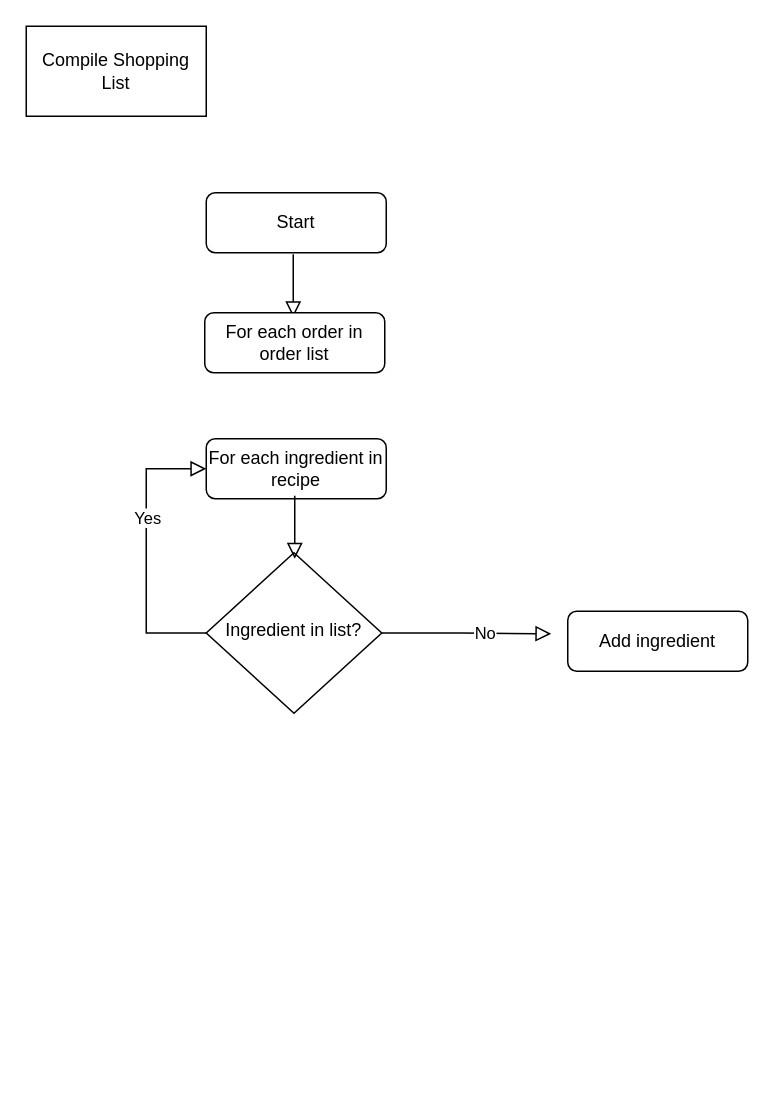
Before: page "CompileShoppingList" (3 of 7) of Test.drawio in evelynfoy/first, a draw.io diagram. Source tidied: cells renumbered, new cells numbered last; positions are measured from the earlier drawing's top-left corner, leaving out a move shared by most shapes. Both pictures are drawn from the tidied source at 150%, with x=0, y=0 at pixel (26, 26).
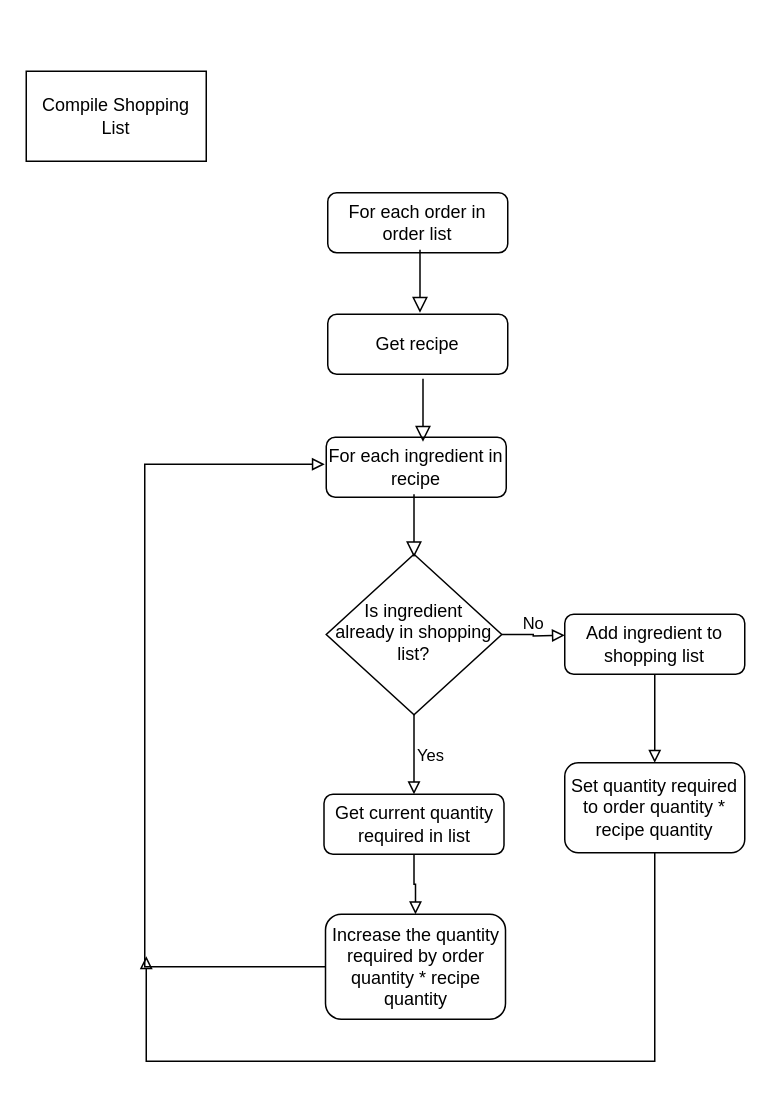
The same diagram, later.

Diff of the diagram source:
```diff
@@
-    <mxCell id="2" value="Start&lt;br&gt;" style="rounded=1;whiteSpace=wrap;html=1;fontSize=12;glass=0;strokeWidth=1;shadow=0;" parent="1" vertex="1">
-      <mxGeometry x="120" y="111" width="120" height="40" as="geometry" />
-    </mxCell>
+    <mxCell id="12" value="No&lt;br&gt;" style="edgeStyle=orthogonalEdgeStyle;rounded=0;jettySize=auto;html=1;exitX=1;exitY=0.5;exitDx=0;exitDy=0;labelBackgroundColor=none;fontColor=#000000;strokeColor=default;endArrow=block;endFill=0;labelPosition=center;verticalLabelPosition=top;align=center;verticalAlign=bottom;" parent="1" edge="1" source="3">
+      <mxGeometry relative="1" as="geometry">
+        <mxPoint x="359" y="406" as="targetPoint" />
+      </mxGeometry>
+    </mxCell>
+    <mxCell id="7" value="Yes&lt;br&gt;" style="edgeStyle=orthogonalEdgeStyle;rounded=0;jettySize=auto;html=1;exitX=0.5;exitY=1;exitDx=0;exitDy=0;entryX=0.5;entryY=0;entryDx=0;entryDy=0;labelBackgroundColor=none;fontColor=#000000;endArrow=block;endFill=0;strokeColor=default;labelPosition=right;verticalLabelPosition=middle;align=left;verticalAlign=middle;" parent="1" edge="1" source="3" target="19">
+      <mxGeometry relative="1" as="geometry" />
+    </mxCell>
-    <mxCell id="3" value="Ingredient in list?&lt;br&gt;" style="rhombus;whiteSpace=wrap;html=1;shadow=0;fontFamily=Helvetica;fontSize=12;align=center;strokeWidth=1;spacing=6;spacingTop=-4;" parent="1" vertex="1">
-      <mxGeometry x="120" y="351" width="117" height="107" as="geometry" />
+    <mxCell id="3" value="Is ingredient already in shopping list?" style="rhombus;whiteSpace=wrap;html=1;shadow=0;fontFamily=Helvetica;fontSize=12;align=center;strokeWidth=1;spacing=6;spacingTop=-4;" parent="1" vertex="1">
+      <mxGeometry x="200" y="352" width="117" height="107" as="geometry" />
     </mxCell>
     <mxCell id="4" value="For each ingredient in recipe&lt;br&gt;" style="rounded=1;whiteSpace=wrap;html=1;fontSize=12;glass=0;strokeWidth=1;shadow=0;" parent="1" vertex="1">
-      <mxGeometry x="120" y="275" width="120" height="40" as="geometry" />
+      <mxGeometry x="200" y="274" width="120" height="40" as="geometry" />
     </mxCell>
     <mxCell id="5" style="rounded=0;html=1;jettySize=auto;orthogonalLoop=1;fontSize=11;endArrow=block;endFill=0;endSize=8;strokeWidth=1;shadow=0;labelBackgroundColor=none;edgeStyle=orthogonalEdgeStyle;entryX=0.5;entryY=0;entryDx=0;entryDy=0;" parent="1" edge="1">
       <mxGeometry relative="1" as="geometry">
-        <mxPoint x="179" y="313" as="sourcePoint" />
-        <mxPoint x="179" y="355" as="targetPoint" />
+        <mxPoint x="258.5" y="312" as="sourcePoint" />
+        <mxPoint x="258.5" y="354" as="targetPoint" />
         <Array as="points">
-          <mxPoint x="179" y="333" />
-          <mxPoint x="179" y="333" />
+          <mxPoint x="258.5" y="332" />
+          <mxPoint x="258.5" y="332" />
         </Array>
       </mxGeometry>
     </mxCell>
-    <mxCell id="6" style="rounded=0;html=1;jettySize=auto;fontSize=11;endArrow=block;endFill=0;endSize=8;strokeWidth=1;shadow=0;labelBackgroundColor=none;edgeStyle=orthogonalEdgeStyle;exitX=0;exitY=0.5;exitDx=0;exitDy=0;labelPosition=right;verticalLabelPosition=middle;align=left;verticalAlign=middle;entryX=0;entryY=0.5;entryDx=0;entryDy=0;" parent="1" edge="1" source="3" target="4">
-      <mxGeometry relative="1" as="geometry">
-        <Array as="points">
-          <mxPoint x="80" y="405" />
-          <mxPoint x="80" y="295" />
-        </Array>
-      </mxGeometry>
-    </mxCell>
-    <mxCell id="7" value="Yes&lt;br&gt;" style="edgeLabel;html=1;align=center;verticalAlign=middle;fontColor=#000000;" parent="6" vertex="1">
-      <mxGeometry x="0.23" relative="1" as="geometry" />
-    </mxCell>
-    <mxCell id="8" style="rounded=0;html=1;jettySize=auto;orthogonalLoop=1;fontSize=11;endArrow=block;endFill=0;endSize=8;strokeWidth=1;shadow=0;labelBackgroundColor=none;edgeStyle=orthogonalEdgeStyle;entryX=0.5;entryY=0;entryDx=0;entryDy=0;" parent="1" edge="1">
-      <mxGeometry relative="1" as="geometry">
-        <mxPoint x="178" y="152" as="sourcePoint" />
-        <mxPoint x="178" y="194" as="targetPoint" />
-        <Array as="points">
-          <mxPoint x="178" y="172" />
-          <mxPoint x="178" y="172" />
-        </Array>
-      </mxGeometry>
-    </mxCell>
     <mxCell id="9" value="Compile Shopping List&lt;br&gt;" style="whiteSpace=wrap;html=1;fontColor=#000000;" parent="1" vertex="1">
-      <mxGeometry width="120" height="60" as="geometry" />
+      <mxGeometry y="30" width="120" height="60" as="geometry" />
     </mxCell>
     <mxCell id="10" value="For each order in order list&lt;br&gt;" style="rounded=1;whiteSpace=wrap;html=1;fontSize=12;glass=0;strokeWidth=1;shadow=0;" parent="1" vertex="1">
-      <mxGeometry x="119" y="191" width="120" height="40" as="geometry" />
+      <mxGeometry x="201" y="111" width="120" height="40" as="geometry" />
     </mxCell>
-    <mxCell id="11" style="rounded=0;html=1;jettySize=auto;fontSize=11;endArrow=block;endFill=0;endSize=8;strokeWidth=1;shadow=0;labelBackgroundColor=none;edgeStyle=orthogonalEdgeStyle;exitX=1;exitY=0.5;exitDx=0;exitDy=0;labelPosition=right;verticalLabelPosition=middle;align=left;verticalAlign=middle;" parent="1" edge="1" source="3">
-      <mxGeometry relative="1" as="geometry">
-        <mxPoint x="350" y="405" as="targetPoint" />
-        <Array as="points">
-          <mxPoint x="290" y="405" />
-          <mxPoint x="290" y="405" />
-        </Array>
-      </mxGeometry>
-    </mxCell>
-    <mxCell id="12" value="No&lt;br&gt;" style="edgeLabel;html=1;align=center;verticalAlign=middle;fontColor=#000000;" parent="11" vertex="1">
-      <mxGeometry x="0.23" relative="1" as="geometry" />
-    </mxCell>
+    <mxCell id="14" style="edgeStyle=orthogonalEdgeStyle;rounded=0;jettySize=auto;html=1;entryX=0.5;entryY=0;entryDx=0;entryDy=0;labelBackgroundColor=none;fontColor=#000000;endArrow=block;endFill=0;strokeColor=default;" parent="1" edge="1" source="13" target="23">
+      <mxGeometry relative="1" as="geometry" />
+    </mxCell>
-    <mxCell id="13" value="Add ingredient" style="rounded=1;whiteSpace=wrap;html=1;fontSize=12;glass=0;strokeWidth=1;shadow=0;" parent="1" vertex="1">
-      <mxGeometry x="361" y="390" width="120" height="40" as="geometry" />
+    <mxCell id="13" value="Add ingredient to shopping list" style="rounded=1;whiteSpace=wrap;html=1;fontSize=12;glass=0;strokeWidth=1;shadow=0;" parent="1" vertex="1">
+      <mxGeometry x="359" y="392" width="120" height="40" as="geometry" />
     </mxCell>
+    <mxCell id="15" style="rounded=0;html=1;jettySize=auto;orthogonalLoop=1;fontSize=11;endArrow=block;endFill=0;endSize=8;strokeWidth=1;shadow=0;labelBackgroundColor=none;edgeStyle=orthogonalEdgeStyle;entryX=0.5;entryY=0;entryDx=0;entryDy=0;" parent="1" edge="1">
+      <mxGeometry relative="1" as="geometry">
+        <mxPoint x="262.5" y="149" as="sourcePoint" />
+        <mxPoint x="262.5" y="191" as="targetPoint" />
+        <Array as="points">
+          <mxPoint x="262.5" y="169" />
+          <mxPoint x="262.5" y="169" />
+        </Array>
+      </mxGeometry>
+    </mxCell>
+    <mxCell id="16" value="Get recipe" style="rounded=1;whiteSpace=wrap;html=1;fontSize=12;glass=0;strokeWidth=1;shadow=0;" parent="1" vertex="1">
+      <mxGeometry x="201" y="192" width="120" height="40" as="geometry" />
+    </mxCell>
+    <mxCell id="17" style="rounded=0;html=1;jettySize=auto;orthogonalLoop=1;fontSize=11;endArrow=block;endFill=0;endSize=8;strokeWidth=1;shadow=0;labelBackgroundColor=none;edgeStyle=orthogonalEdgeStyle;entryX=0.5;entryY=0;entryDx=0;entryDy=0;" parent="1" edge="1">
+      <mxGeometry relative="1" as="geometry">
+        <mxPoint x="264.5" y="235" as="sourcePoint" />
+        <mxPoint x="264.5" y="277" as="targetPoint" />
+        <Array as="points">
+          <mxPoint x="264.5" y="255" />
+          <mxPoint x="264.5" y="255" />
+        </Array>
+      </mxGeometry>
+    </mxCell>
+    <mxCell id="18" style="edgeStyle=orthogonalEdgeStyle;rounded=0;jettySize=auto;html=1;entryX=0.5;entryY=0;entryDx=0;entryDy=0;labelBackgroundColor=none;fontColor=#000000;endArrow=block;endFill=0;strokeColor=default;" parent="1" edge="1" source="19" target="21">
+      <mxGeometry relative="1" as="geometry" />
+    </mxCell>
+    <mxCell id="19" value="Get current quantity required in list" style="rounded=1;whiteSpace=wrap;html=1;fontSize=12;glass=0;strokeWidth=1;shadow=0;" parent="1" vertex="1">
+      <mxGeometry x="198.5" y="512" width="120" height="40" as="geometry" />
+    </mxCell>
+    <mxCell id="20" style="edgeStyle=orthogonalEdgeStyle;rounded=0;jettySize=auto;html=1;labelBackgroundColor=none;fontColor=#000000;endArrow=block;endFill=0;strokeColor=default;" parent="1" edge="1" source="21">
+      <mxGeometry relative="1" as="geometry">
+        <mxPoint x="199" y="292" as="targetPoint" />
+        <Array as="points">
+          <mxPoint x="79" y="627" />
+          <mxPoint x="79" y="292" />
+        </Array>
+      </mxGeometry>
+    </mxCell>
+    <mxCell id="21" value="Increase the quantity required by order quantity * recipe quantity&lt;br&gt;" style="rounded=1;whiteSpace=wrap;html=1;fontSize=12;glass=0;strokeWidth=1;shadow=0;" parent="1" vertex="1">
+      <mxGeometry x="199.5" y="592" width="120" height="70" as="geometry" />
+    </mxCell>
+    <mxCell id="22" style="edgeStyle=orthogonalEdgeStyle;rounded=0;jettySize=auto;html=1;exitX=0.5;exitY=1;exitDx=0;exitDy=0;labelBackgroundColor=none;fontColor=#000000;endArrow=block;endFill=0;strokeColor=default;" parent="1" edge="1" source="23">
+      <mxGeometry relative="1" as="geometry">
+        <mxPoint x="80" y="620" as="targetPoint" />
+        <Array as="points">
+          <mxPoint x="419" y="690" />
+          <mxPoint x="80" y="690" />
+        </Array>
+      </mxGeometry>
+    </mxCell>
+    <mxCell id="23" value="Set quantity required to order quantity * recipe quantity&lt;br&gt;" style="rounded=1;whiteSpace=wrap;html=1;fontSize=12;glass=0;strokeWidth=1;shadow=0;" parent="1" vertex="1">
+      <mxGeometry x="359" y="491" width="120" height="60" as="geometry" />
+    </mxCell>
```
